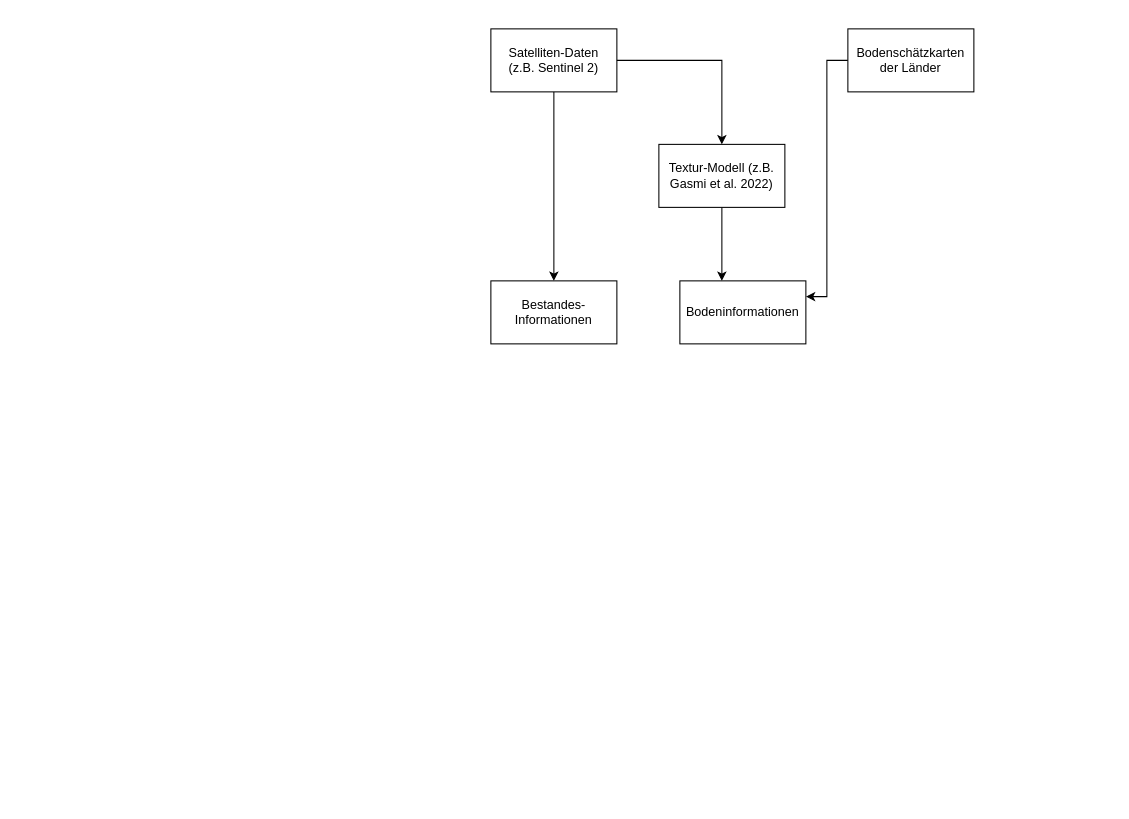
The draw.io diagram graphics/Unbenanntes Diagramm.drawio in SMR2018/ANNI, before the edit. Source tidied: cells renumbered, new cells numbered last; positions are measured from the earlier drawing's top-left corner, leaving out a move shared by most shapes. Both pictures are drawn from the tidied source at 105%, with x=0, y=0 at pixel (490, 28).
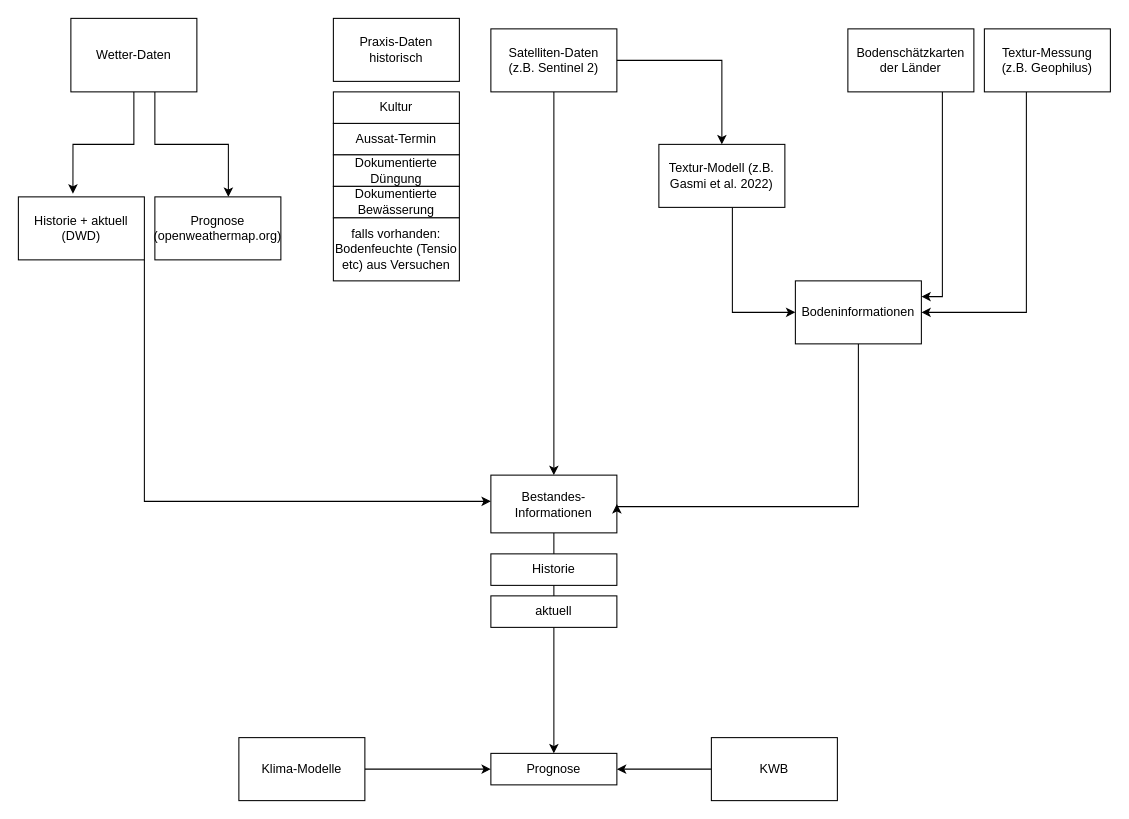
The same diagram, later.

The change refers to these unchanged cells:
```xml
<mxCell id="8" value="Bodenschätzkarten der Länder" style="rounded=0;whiteSpace=wrap;html=1;" parent="1" vertex="1">
  <mxGeometry x="340" width="120" height="60" as="geometry" />
</mxCell>
<mxCell id="10" value="Textur-Modell (z.B. Gasmi et al. 2022)" style="rounded=0;whiteSpace=wrap;html=1;" parent="1" vertex="1">
  <mxGeometry x="160" y="110" width="120" height="60" as="geometry" />
</mxCell>
```

The edit, as a diff of the source:
```diff
@@
     <mxCell id="3" style="edgeStyle=orthogonalEdgeStyle;rounded=0;jettySize=auto;html=1;" parent="1" edge="1" source="10" target="6">
       <mxGeometry relative="1" as="geometry">
         <Array as="points">
-          <mxPoint x="230" y="290" />
+          <mxPoint x="230" y="270" />
         </Array>
       </mxGeometry>
     </mxCell>
@@
+    <mxCell id="11" style="edgeStyle=orthogonalEdgeStyle;rounded=0;jettySize=auto;html=1;entryX=0.5;entryY=0;entryDx=0;entryDy=0;" parent="1" edge="1" source="5" target="27">
+      <mxGeometry relative="1" as="geometry" />
+    </mxCell>
     <mxCell id="5" value="Bestandes-Informationen" style="rounded=0;whiteSpace=wrap;html=1;" parent="1" vertex="1">
-      <mxGeometry y="240" width="120" height="60" as="geometry" />
+      <mxGeometry y="425" width="120" height="55" as="geometry" />
     </mxCell>
+    <mxCell id="12" style="edgeStyle=orthogonalEdgeStyle;rounded=0;jettySize=auto;html=1;entryX=1;entryY=0.5;entryDx=0;entryDy=0;" parent="1" edge="1" source="6" target="5">
+      <mxGeometry relative="1" as="geometry">
+        <Array as="points">
+          <mxPoint x="350" y="455" />
+        </Array>
+      </mxGeometry>
+    </mxCell>
     <mxCell id="6" value="Bodeninformationen" style="rounded=0;whiteSpace=wrap;html=1;" parent="1" vertex="1">
-      <mxGeometry x="180" y="240" width="120" height="60" as="geometry" />
+      <mxGeometry x="290" y="240" width="120" height="60" as="geometry" />
     </mxCell>
     <mxCell id="7" style="edgeStyle=orthogonalEdgeStyle;rounded=0;jettySize=auto;html=1;entryX=1;entryY=0.25;entryDx=0;entryDy=0;" parent="1" edge="1" source="8" target="6">
-      <mxGeometry relative="1" as="geometry" />
+      <mxGeometry relative="1" as="geometry">
+        <Array as="points">
+          <mxPoint x="430" y="255" />
+        </Array>
+      </mxGeometry>
     </mxCell>
@@
+    <mxCell id="13" style="edgeStyle=orthogonalEdgeStyle;rounded=0;jettySize=auto;html=1;entryX=1;entryY=0.5;entryDx=0;entryDy=0;" parent="1" edge="1" source="14" target="6">
+      <mxGeometry relative="1" as="geometry">
+        <Array as="points">
+          <mxPoint x="510" y="270" />
+        </Array>
+      </mxGeometry>
+    </mxCell>
+    <mxCell id="14" value="Textur-Messung &lt;br&gt;(z.B. Geophilus)" style="rounded=0;whiteSpace=wrap;html=1;" parent="1" vertex="1">
+      <mxGeometry x="470" width="120" height="60" as="geometry" />
+    </mxCell>
+    <mxCell id="15" style="edgeStyle=orthogonalEdgeStyle;rounded=0;jettySize=auto;html=1;" parent="1" edge="1" source="17" target="20">
+      <mxGeometry relative="1" as="geometry">
+        <Array as="points">
+          <mxPoint x="-320" y="110" />
+          <mxPoint x="-250" y="110" />
+        </Array>
+      </mxGeometry>
+    </mxCell>
+    <mxCell id="16" style="edgeStyle=orthogonalEdgeStyle;rounded=0;jettySize=auto;html=1;entryX=0.433;entryY=-0.05;entryDx=0;entryDy=0;entryPerimeter=0;" parent="1" edge="1" source="17" target="19">
+      <mxGeometry relative="1" as="geometry" />
+    </mxCell>
+    <mxCell id="17" value="Wetter-Daten" style="rounded=0;whiteSpace=wrap;html=1;" parent="1" vertex="1">
+      <mxGeometry x="-400" y="-10" width="120" height="70" as="geometry" />
+    </mxCell>
+    <mxCell id="18" style="edgeStyle=orthogonalEdgeStyle;rounded=0;jettySize=auto;html=1;" parent="1" edge="1" source="19" target="5">
+      <mxGeometry relative="1" as="geometry">
+        <Array as="points">
+          <mxPoint x="-330" y="450" />
+        </Array>
+      </mxGeometry>
+    </mxCell>
+    <mxCell id="19" value="Historie + aktuell (DWD)" style="rounded=0;whiteSpace=wrap;html=1;" parent="1" vertex="1">
+      <mxGeometry x="-450" y="160" width="120" height="60" as="geometry" />
+    </mxCell>
+    <mxCell id="20" value="Prognose (openweathermap.org)" style="rounded=0;whiteSpace=wrap;html=1;" parent="1" vertex="1">
+      <mxGeometry x="-320" y="160" width="120" height="60" as="geometry" />
+    </mxCell>
+    <mxCell id="21" value="Praxis-Daten historisch" style="rounded=0;whiteSpace=wrap;html=1;" parent="1" vertex="1">
+      <mxGeometry x="-150" y="-10" width="120" height="60" as="geometry" />
+    </mxCell>
+    <mxCell id="22" value="Aussat-Termin" style="rounded=0;whiteSpace=wrap;html=1;" parent="1" vertex="1">
+      <mxGeometry x="-150" y="90" width="120" height="30" as="geometry" />
+    </mxCell>
+    <mxCell id="23" value="Dokumentierte Düngung" style="rounded=0;whiteSpace=wrap;html=1;" parent="1" vertex="1">
+      <mxGeometry x="-150" y="120" width="120" height="30" as="geometry" />
+    </mxCell>
+    <mxCell id="24" value="Dokumentierte Bewässerung" style="rounded=0;whiteSpace=wrap;html=1;" parent="1" vertex="1">
+      <mxGeometry x="-150" y="150" width="120" height="30" as="geometry" />
+    </mxCell>
+    <mxCell id="25" value="Historie" style="rounded=0;whiteSpace=wrap;html=1;" parent="1" vertex="1">
+      <mxGeometry y="500" width="120" height="30" as="geometry" />
+    </mxCell>
+    <mxCell id="26" value="aktuell" style="rounded=0;whiteSpace=wrap;html=1;" parent="1" vertex="1">
+      <mxGeometry y="540" width="120" height="30" as="geometry" />
+    </mxCell>
+    <mxCell id="27" value="Prognose" style="rounded=0;whiteSpace=wrap;html=1;" parent="1" vertex="1">
+      <mxGeometry y="690" width="120" height="30" as="geometry" />
+    </mxCell>
+    <mxCell id="28" value="Kultur" style="rounded=0;whiteSpace=wrap;html=1;" parent="1" vertex="1">
+      <mxGeometry x="-150" y="60" width="120" height="30" as="geometry" />
+    </mxCell>
+    <mxCell id="29" value="falls vorhanden: Bodenfeuchte (Tensio etc) aus Versuchen" style="rounded=0;whiteSpace=wrap;html=1;" parent="1" vertex="1">
+      <mxGeometry x="-150" y="180" width="120" height="60" as="geometry" />
+    </mxCell>
+    <mxCell id="30" style="edgeStyle=orthogonalEdgeStyle;rounded=0;jettySize=auto;html=1;entryX=0;entryY=0.5;entryDx=0;entryDy=0;" parent="1" edge="1" source="31" target="27">
+      <mxGeometry relative="1" as="geometry" />
+    </mxCell>
+    <mxCell id="31" value="Klima-Modelle" style="rounded=0;whiteSpace=wrap;html=1;" parent="1" vertex="1">
+      <mxGeometry x="-240" y="675" width="120" height="60" as="geometry" />
+    </mxCell>
+    <mxCell id="32" style="edgeStyle=orthogonalEdgeStyle;rounded=0;jettySize=auto;html=1;entryX=1;entryY=0.5;entryDx=0;entryDy=0;" parent="1" edge="1" source="33" target="27">
+      <mxGeometry relative="1" as="geometry" />
+    </mxCell>
+    <mxCell id="33" value="KWB" style="rounded=0;whiteSpace=wrap;html=1;" parent="1" vertex="1">
+      <mxGeometry x="210" y="675" width="120" height="60" as="geometry" />
+    </mxCell>
```
